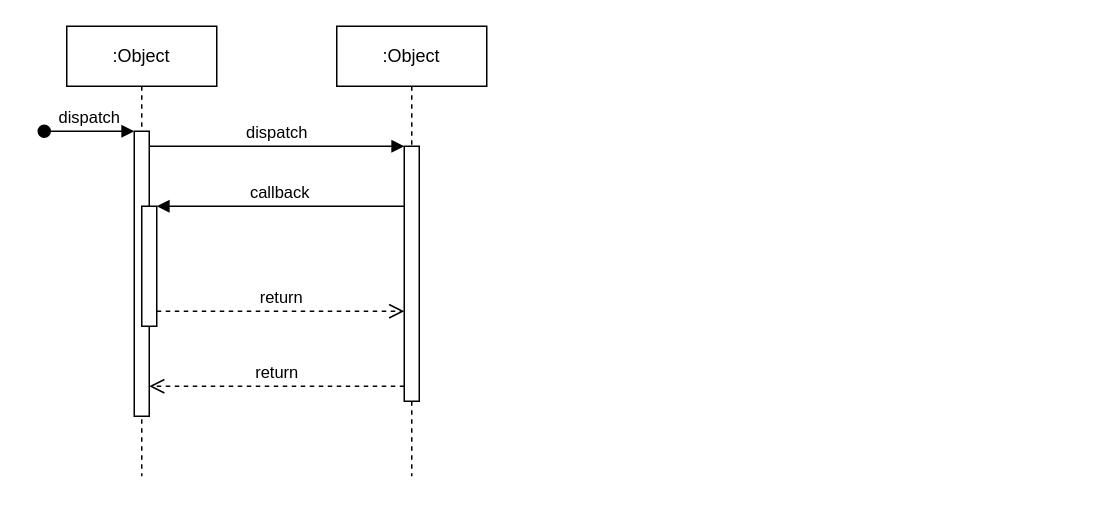
Before: Untitled Diagram.drawio in OrcunColak/drawio, a draw.io diagram. Source tidied: cells renumbered, new cells numbered last; positions are measured from the earlier drawing's top-left corner, leaving out a move shared by most shapes. Both pictures are drawn from the tidied source at 150%, with x=0, y=0 at pixel (44, 26).
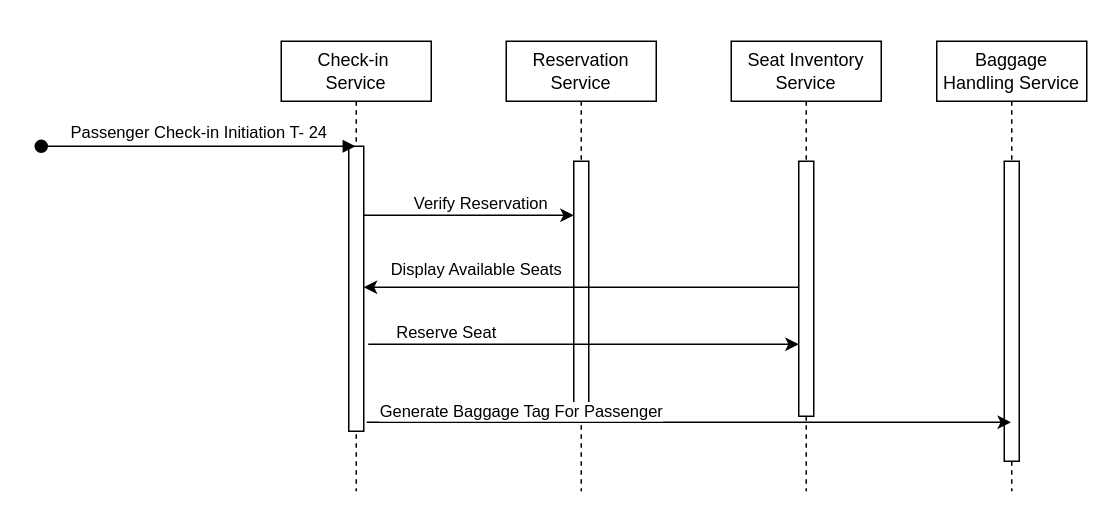
After the change.

Commit message:
Update Checin initiation Diagram

Unchanged cells that the change refers to:
```xml
<mxCell id="3" style="html=1;points=[];perimeter=orthogonalPerimeter;outlineConnect=0;targetShapes=umlLifeline;portConstraint=eastwest;newEdgeStyle={&quot;edgeStyle&quot;:&quot;elbowEdgeStyle&quot;,&quot;elbow&quot;:&quot;vertical&quot;,&quot;curved&quot;:0,&quot;rounded&quot;:0};" parent="2" vertex="1">
  <mxGeometry x="45" y="70" width="10" height="190" as="geometry" />
</mxCell>
<mxCell id="7" style="html=1;points=[];perimeter=orthogonalPerimeter;outlineConnect=0;targetShapes=umlLifeline;portConstraint=eastwest;newEdgeStyle={&quot;edgeStyle&quot;:&quot;elbowEdgeStyle&quot;,&quot;elbow&quot;:&quot;vertical&quot;,&quot;curved&quot;:0,&quot;rounded&quot;:0};" parent="6" vertex="1">
  <mxGeometry x="45" y="80" width="10" height="170" as="geometry" />
</mxCell>
```

Change to the diagram source:
```diff
@@
-    <mxCell id="2" value=":Object" style="shape=umlLifeline;perimeter=lifelinePerimeter;whiteSpace=wrap;html=1;outlineConnect=0;portConstraint=eastwest;newEdgeStyle={&quot;edgeStyle&quot;:&quot;elbowEdgeStyle&quot;,&quot;elbow&quot;:&quot;vertical&quot;,&quot;curved&quot;:0,&quot;rounded&quot;:0};" parent="1" vertex="1">
-      <mxGeometry x="15" width="100" height="300" as="geometry" />
+    <mxCell id="2" value="Check-in&amp;nbsp;&lt;div&gt;Service&lt;/div&gt;" style="shape=umlLifeline;perimeter=lifelinePerimeter;whiteSpace=wrap;html=1;outlineConnect=0;portConstraint=eastwest;newEdgeStyle={&quot;edgeStyle&quot;:&quot;elbowEdgeStyle&quot;,&quot;elbow&quot;:&quot;vertical&quot;,&quot;curved&quot;:0,&quot;rounded&quot;:0};" parent="1" vertex="1">
+      <mxGeometry x="158" y="10" width="100" height="300" as="geometry" />
     </mxCell>
@@
-    <mxCell id="4" value="dispatch" style="html=1;verticalAlign=bottom;startArrow=oval;endArrow=block;startSize=8;edgeStyle=elbowEdgeStyle;elbow=vertical;curved=0;rounded=0;" parent="2" edge="1" target="3">
+    <mxCell id="4" value="Passenger Check-in Initiation T- 24" style="html=1;verticalAlign=bottom;startArrow=oval;endArrow=block;startSize=8;edgeStyle=elbowEdgeStyle;elbow=vertical;curved=0;rounded=0;" parent="2" edge="1" target="2">
       <mxGeometry relative="1" as="geometry">
-        <mxPoint x="-15" y="70" as="sourcePoint" />
+        <mxPoint x="-160" y="70" as="sourcePoint" />
       </mxGeometry>
     </mxCell>
-    <mxCell id="5" style="html=1;points=[];perimeter=orthogonalPerimeter;outlineConnect=0;targetShapes=umlLifeline;portConstraint=eastwest;newEdgeStyle={&quot;edgeStyle&quot;:&quot;elbowEdgeStyle&quot;,&quot;elbow&quot;:&quot;vertical&quot;,&quot;curved&quot;:0,&quot;rounded&quot;:0};" parent="2" vertex="1">
-      <mxGeometry x="50" y="120" width="10" height="80" as="geometry" />
-    </mxCell>
-    <mxCell id="6" value=":Object" style="shape=umlLifeline;perimeter=lifelinePerimeter;whiteSpace=wrap;html=1;newEdgeStyle={&quot;edgeStyle&quot;:&quot;elbowEdgeStyle&quot;,&quot;elbow&quot;:&quot;vertical&quot;,&quot;curved&quot;:0,&quot;rounded&quot;:0};" parent="1" vertex="1">
-      <mxGeometry x="195" width="100" height="300" as="geometry" />
+    <mxCell id="6" value="Reservation Service" style="shape=umlLifeline;perimeter=lifelinePerimeter;whiteSpace=wrap;html=1;newEdgeStyle={&quot;edgeStyle&quot;:&quot;elbowEdgeStyle&quot;,&quot;elbow&quot;:&quot;vertical&quot;,&quot;curved&quot;:0,&quot;rounded&quot;:0};" parent="1" vertex="1">
+      <mxGeometry x="308" y="10" width="100" height="300" as="geometry" />
     </mxCell>
@@
-    <mxCell id="8" value="dispatch" style="html=1;verticalAlign=bottom;endArrow=block;edgeStyle=elbowEdgeStyle;elbow=vertical;curved=0;rounded=0;" parent="1" edge="1" source="3" target="7">
-      <mxGeometry relative="1" as="geometry">
-        <Array as="points">
-          <mxPoint x="155" y="80" />
-        </Array>
-      </mxGeometry>
-    </mxCell>
-    <mxCell id="9" value="return" style="html=1;verticalAlign=bottom;endArrow=open;dashed=1;endSize=8;edgeStyle=elbowEdgeStyle;elbow=vertical;curved=0;rounded=0;" parent="1" edge="1" source="7" target="3">
-      <mxGeometry relative="1" as="geometry">
-        <Array as="points">
-          <mxPoint x="165" y="240" />
-        </Array>
-      </mxGeometry>
-    </mxCell>
-    <mxCell id="10" value="callback" style="html=1;verticalAlign=bottom;endArrow=block;edgeStyle=elbowEdgeStyle;elbow=vertical;curved=0;rounded=0;" parent="1" edge="1" source="7" target="5">
-      <mxGeometry relative="1" as="geometry">
-        <Array as="points">
-          <mxPoint x="165" y="120" />
-        </Array>
-      </mxGeometry>
-    </mxCell>
-    <mxCell id="11" value="return" style="html=1;verticalAlign=bottom;endArrow=open;dashed=1;endSize=8;edgeStyle=elbowEdgeStyle;elbow=vertical;curved=0;rounded=0;" parent="1" edge="1" source="5" target="7">
-      <mxGeometry relative="1" as="geometry">
-        <Array as="points">
-          <mxPoint x="155" y="190" />
-        </Array>
-      </mxGeometry>
-    </mxCell>
+    <mxCell id="12" style="endArrow=classic;html=1;rounded=0;" parent="1" edge="1" target="7">
+      <mxGeometry relative="1" as="geometry">
+        <mxPoint x="213" y="126" as="sourcePoint" />
+      </mxGeometry>
+    </mxCell>
+    <mxCell id="13" value="Verify Reservation" style="edgeLabel;html=1;align=center;verticalAlign=middle;" parent="12" vertex="1">
+      <mxGeometry x="0.1" y="1" relative="1" as="geometry">
+        <mxPoint y="-8" as="offset" />
+      </mxGeometry>
+    </mxCell>
+    <mxCell id="14" value="Seat Inventory Service" style="shape=umlLifeline;perimeter=lifelinePerimeter;whiteSpace=wrap;html=1;newEdgeStyle={&quot;edgeStyle&quot;:&quot;elbowEdgeStyle&quot;,&quot;elbow&quot;:&quot;vertical&quot;,&quot;curved&quot;:0,&quot;rounded&quot;:0};" parent="1" vertex="1">
+      <mxGeometry x="458" y="10" width="100" height="300" as="geometry" />
+    </mxCell>
+    <mxCell id="15" style="html=1;points=[];perimeter=orthogonalPerimeter;outlineConnect=0;targetShapes=umlLifeline;portConstraint=eastwest;newEdgeStyle={&quot;edgeStyle&quot;:&quot;elbowEdgeStyle&quot;,&quot;elbow&quot;:&quot;vertical&quot;,&quot;curved&quot;:0,&quot;rounded&quot;:0};" parent="14" vertex="1">
+      <mxGeometry x="45" y="80" width="10" height="170" as="geometry" />
+    </mxCell>
+    <mxCell id="16" style="endArrow=classic;html=1;rounded=0;" parent="1" edge="1" source="15">
+      <mxGeometry relative="1" as="geometry">
+        <mxPoint x="213" y="174" as="targetPoint" />
+      </mxGeometry>
+    </mxCell>
+    <mxCell id="17" value="Display Available Seats" style="edgeLabel;html=1;align=center;verticalAlign=middle;" parent="16" vertex="1">
+      <mxGeometry x="-0.43" y="1" relative="1" as="geometry">
+        <mxPoint x="-133" y="-14" as="offset" />
+      </mxGeometry>
+    </mxCell>
+    <mxCell id="18" style="endArrow=classic;html=1;rounded=0;" parent="1" edge="1">
+      <mxGeometry relative="1" as="geometry">
+        <mxPoint x="216" y="212" as="sourcePoint" />
+        <mxPoint x="503" y="212" as="targetPoint" />
+      </mxGeometry>
+    </mxCell>
+    <mxCell id="19" value="Reserve Seat" style="edgeLabel;html=1;align=center;verticalAlign=middle;" parent="18" vertex="1">
+      <mxGeometry x="0.1" y="1" relative="1" as="geometry">
+        <mxPoint x="-107" y="-8" as="offset" />
+      </mxGeometry>
+    </mxCell>
+    <mxCell id="20" value="Baggage Handling Service" style="shape=umlLifeline;perimeter=lifelinePerimeter;whiteSpace=wrap;html=1;newEdgeStyle={&quot;edgeStyle&quot;:&quot;elbowEdgeStyle&quot;,&quot;elbow&quot;:&quot;vertical&quot;,&quot;curved&quot;:0,&quot;rounded&quot;:0};" parent="1" vertex="1">
+      <mxGeometry x="595" y="10" width="100" height="300" as="geometry" />
+    </mxCell>
+    <mxCell id="21" style="html=1;perimeter=orthogonalPerimeter;targetShapes=umlLifeline;newEdgeStyle={&quot;edgeStyle&quot;:&quot;elbowEdgeStyle&quot;,&quot;elbow&quot;:&quot;vertical&quot;,&quot;curved&quot;:0,&quot;rounded&quot;:0};" parent="20" vertex="1">
+      <mxGeometry x="45" y="80" width="10" height="200" as="geometry" />
+    </mxCell>
+    <mxCell id="22" style="endArrow=classic;html=1;rounded=0;" parent="1" edge="1">
+      <mxGeometry relative="1" as="geometry">
+        <mxPoint x="215" y="264" as="sourcePoint" />
+        <mxPoint x="644.5" y="264" as="targetPoint" />
+      </mxGeometry>
+    </mxCell>
+    <mxCell id="23" value="Generate Baggage Tag For Passenger" style="edgeLabel;html=1;align=center;verticalAlign=middle;" parent="22" vertex="1">
+      <mxGeometry x="0.1" y="1" relative="1" as="geometry">
+        <mxPoint x="-134" y="-7" as="offset" />
+      </mxGeometry>
+    </mxCell>
```
